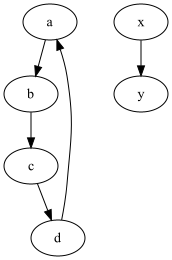
Above: output.png in BrazilDre/Graph-Search-Algorithm-Suite- (Graphviz), before the change. Its source is kept beside it as output.dot. The source it was exported from:
```dot
digraph {
"a" -> "b"
"b" -> "c"
"c" -> "d"
"d" -> "a"
"x" -> "y"
}
```
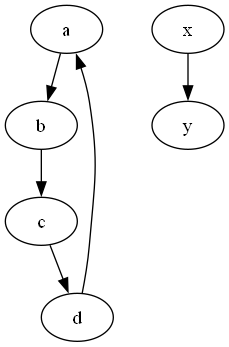
Above is the later version.

The edit, as a diff of the source:
```diff
@@ -1,7 +1,13 @@
-digraph {
-"a" -> "b"
-"b" -> "c"
-"c" -> "d"
-"d" -> "a"
-"x" -> "y"
+digraph G {
+  a;
+  b;
+  c;
+  d;
+  x;
+  y;
+  a -> b;
+  b -> c;
+  c -> d;
+  d -> a;
+  x -> y;
 }
```
